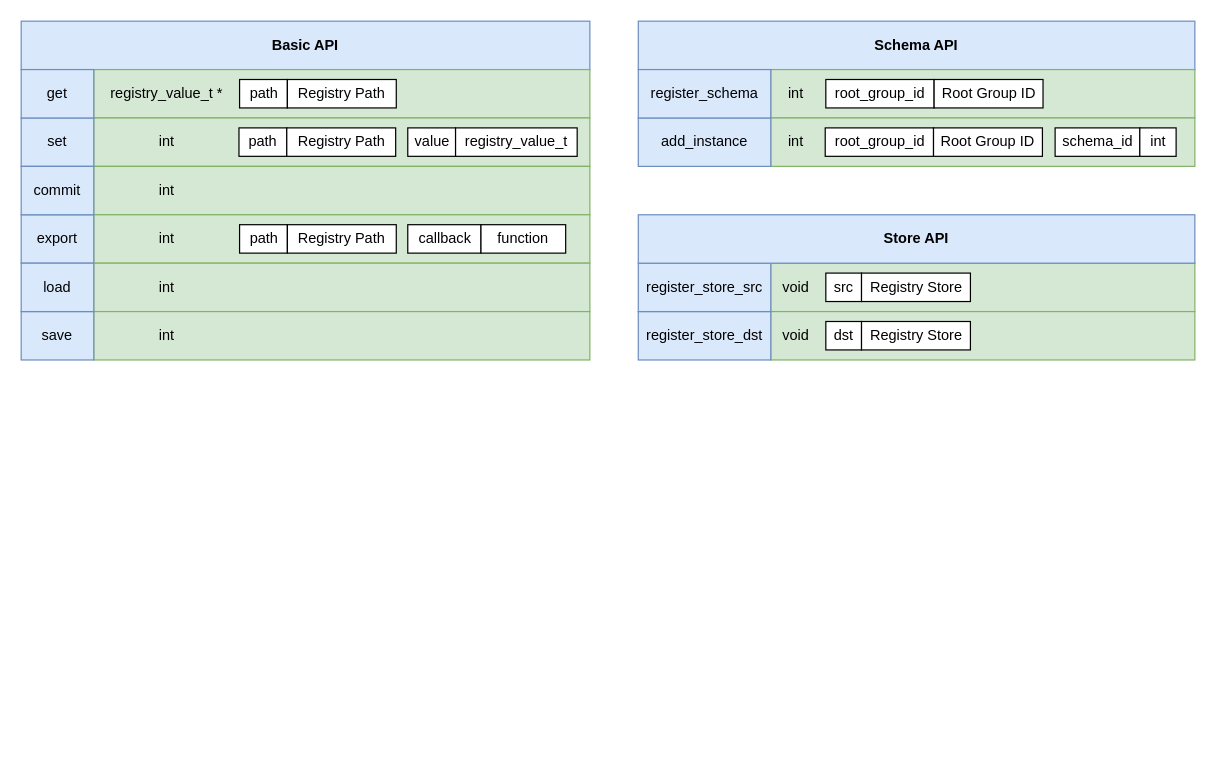
Above: doc/drawio/api_structure.drawio in LasseRosenow/riot-runtime-config (draw.io), before the change. Source tidied: cells renumbered, new cells numbered last; positions are measured from the earlier drawing's top-left corner, leaving out a move shared by most shapes. Both pictures are drawn from the tidied source at 121%, with x=0, y=0 at pixel (21, 21).
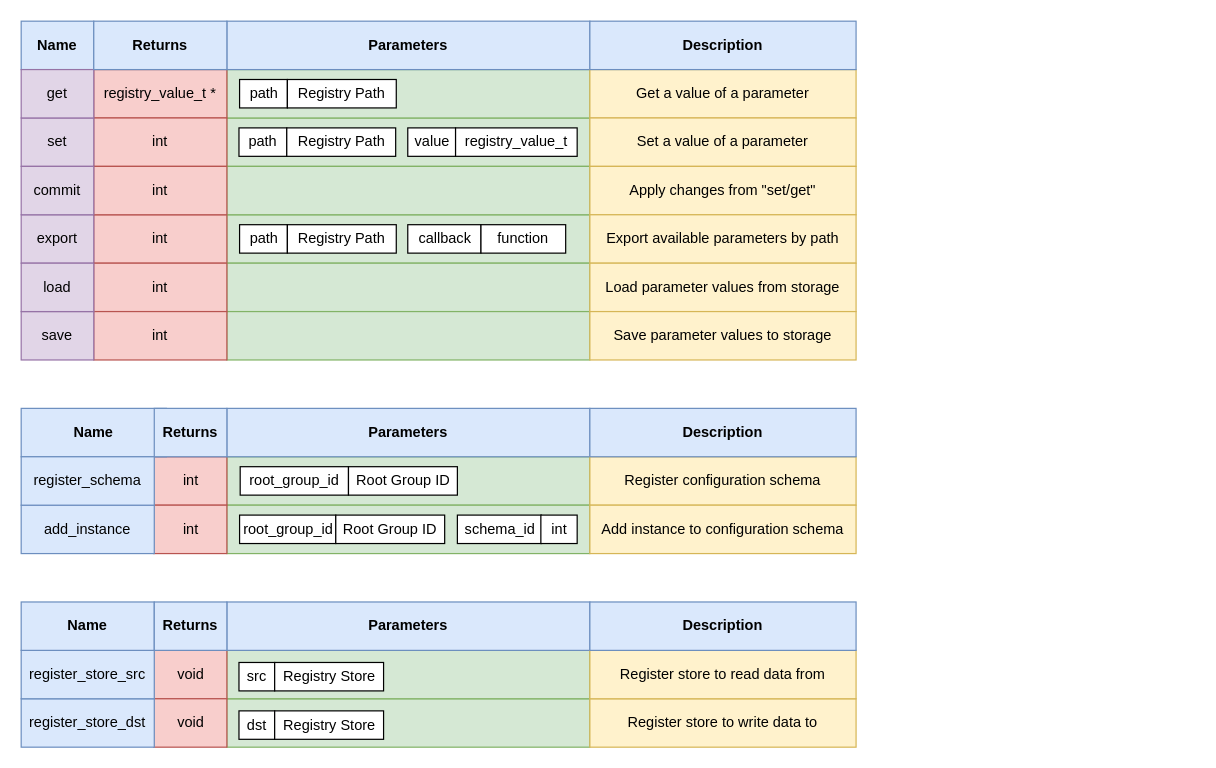
After the change.

The edit, as a diff of the source:
```diff
@@
+    <mxCell id="55" style="rounded=0;whiteSpace=wrap;html=1;fillColor=#d5e8d4;strokeColor=#82b366;" parent="1" vertex="1">
+      <mxGeometry x="170" y="360" width="300" height="40" as="geometry" />
+    </mxCell>
+    <mxCell id="56" style="rounded=0;whiteSpace=wrap;html=1;fillColor=#d5e8d4;strokeColor=#82b366;" parent="1" vertex="1">
+      <mxGeometry x="170" y="400" width="300" height="40" as="geometry" />
+    </mxCell>
+    <mxCell id="57" style="rounded=0;whiteSpace=wrap;html=1;fillColor=#d5e8d4;strokeColor=#82b366;" parent="1" vertex="1">
+      <mxGeometry x="170" y="560" width="300" height="40" as="geometry" />
+    </mxCell>
+    <mxCell id="58" style="rounded=0;whiteSpace=wrap;html=1;fillColor=#d5e8d4;strokeColor=#82b366;" parent="1" vertex="1">
+      <mxGeometry x="170" y="520" width="300" height="40" as="geometry" />
+    </mxCell>
+    <mxCell id="59" style="rounded=0;whiteSpace=wrap;html=1;fillColor=#d5e8d4;strokeColor=#82b366;" parent="1" vertex="1">
+      <mxGeometry x="170" y="160" width="300" height="40" as="geometry" />
+    </mxCell>
+    <mxCell id="60" style="rounded=0;whiteSpace=wrap;html=1;fillColor=#d5e8d4;strokeColor=#82b366;" parent="1" vertex="1">
+      <mxGeometry x="170" y="80" width="300" height="40" as="geometry" />
+    </mxCell>
+    <mxCell id="61" style="rounded=0;whiteSpace=wrap;html=1;fillColor=#d5e8d4;strokeColor=#82b366;" parent="1" vertex="1">
+      <mxGeometry x="170" y="40" width="300" height="40" as="geometry" />
+    </mxCell>
-    <mxCell id="2" value="&lt;b&gt;Basic API&lt;/b&gt;" style="rounded=0;whiteSpace=wrap;html=1;align=center;fillColor=#dae8fc;strokeColor=#6c8ebf;" parent="1" vertex="1">
-      <mxGeometry width="470" height="40" as="geometry" />
+    <mxCell id="2" value="&lt;b&gt;Name&lt;/b&gt;" style="rounded=0;whiteSpace=wrap;html=1;align=center;fillColor=#dae8fc;strokeColor=#6c8ebf;" parent="1" vertex="1">
+      <mxGeometry width="60" height="40" as="geometry" />
     </mxCell>
-    <mxCell id="3" style="rounded=0;whiteSpace=wrap;html=1;fillColor=#d5e8d4;strokeColor=#82b366;" parent="1" vertex="1">
-      <mxGeometry x="60" y="40" width="410" height="40" as="geometry" />
+    <mxCell id="3" value="registry_value_t *" style="rounded=0;whiteSpace=wrap;html=1;fillColor=#f8cecc;strokeColor=#b85450;" parent="1" vertex="1">
+      <mxGeometry x="60" y="40" width="110" height="40" as="geometry" />
     </mxCell>
-    <mxCell id="4" style="rounded=0;whiteSpace=wrap;html=1;fillColor=#d5e8d4;strokeColor=#82b366;" parent="1" vertex="1">
-      <mxGeometry x="60" y="80" width="410" height="40" as="geometry" />
+    <mxCell id="4" value="int" style="rounded=0;whiteSpace=wrap;html=1;fillColor=#f8cecc;strokeColor=#b85450;" parent="1" vertex="1">
+      <mxGeometry x="60" y="80" width="110" height="40" as="geometry" />
     </mxCell>
-    <mxCell id="5" value="&lt;font style=&quot;font-size: 12px&quot;&gt;registry_value_t *&lt;br&gt;&lt;/font&gt;" style="text;html=1;align=center;verticalAlign=middle;strokeColor=none;fillColor=none;fontSize=6;" parent="1" vertex="1">
-      <mxGeometry x="65" y="55" width="110" height="10" as="geometry" />
-    </mxCell>
-    <mxCell id="6" value="&lt;font style=&quot;font-size: 12px&quot;&gt;int&lt;br&gt;&lt;/font&gt;" style="text;html=1;align=center;verticalAlign=middle;strokeColor=none;fillColor=none;fontSize=6;" parent="1" vertex="1">
-      <mxGeometry x="105" y="95" width="30" height="10" as="geometry" />
-    </mxCell>
@@
-    <mxCell id="9" value="set" style="rounded=0;whiteSpace=wrap;html=1;fillColor=#dae8fc;strokeColor=#6c8ebf;" parent="1" vertex="1">
+    <mxCell id="9" value="set" style="rounded=0;whiteSpace=wrap;html=1;fillColor=#e1d5e7;strokeColor=#9673a6;" parent="1" vertex="1">
       <mxGeometry y="80" width="60" height="40" as="geometry" />
     </mxCell>
-    <mxCell id="10" value="get" style="rounded=0;whiteSpace=wrap;html=1;fillColor=#dae8fc;strokeColor=#6c8ebf;" parent="1" vertex="1">
+    <mxCell id="10" value="get" style="rounded=0;whiteSpace=wrap;html=1;fillColor=#e1d5e7;strokeColor=#9673a6;" parent="1" vertex="1">
       <mxGeometry y="40" width="60" height="40" as="geometry" />
     </mxCell>
-    <mxCell id="11" style="rounded=0;whiteSpace=wrap;html=1;fillColor=#d5e8d4;strokeColor=#82b366;" parent="1" vertex="1">
-      <mxGeometry x="60" y="120" width="410" height="40" as="geometry" />
-    </mxCell>
-    <mxCell id="12" style="rounded=0;whiteSpace=wrap;html=1;fillColor=#d5e8d4;strokeColor=#82b366;" parent="1" vertex="1">
-      <mxGeometry x="60" y="160" width="410" height="40" as="geometry" />
+    <mxCell id="12" value="int" style="rounded=0;whiteSpace=wrap;html=1;fillColor=#f8cecc;strokeColor=#b85450;" parent="1" vertex="1">
+      <mxGeometry x="60" y="160" width="110" height="40" as="geometry" />
     </mxCell>
-    <mxCell id="13" value="&lt;font style=&quot;font-size: 12px&quot;&gt;int&lt;br&gt;&lt;/font&gt;" style="text;html=1;align=center;verticalAlign=middle;strokeColor=none;fillColor=none;fontSize=6;" parent="1" vertex="1">
-      <mxGeometry x="105" y="135" width="30" height="10" as="geometry" />
-    </mxCell>
-    <mxCell id="14" value="&lt;font style=&quot;font-size: 12px&quot;&gt;int&lt;br&gt;&lt;/font&gt;" style="text;html=1;align=center;verticalAlign=middle;strokeColor=none;fillColor=none;fontSize=6;" parent="1" vertex="1">
-      <mxGeometry x="105" y="175" width="30" height="10" as="geometry" />
-    </mxCell>
-    <mxCell id="15" value="export" style="rounded=0;whiteSpace=wrap;html=1;fillColor=#dae8fc;strokeColor=#6c8ebf;" parent="1" vertex="1">
+    <mxCell id="15" value="export" style="rounded=0;whiteSpace=wrap;html=1;fillColor=#e1d5e7;strokeColor=#9673a6;" parent="1" vertex="1">
       <mxGeometry y="160" width="60" height="40" as="geometry" />
     </mxCell>
-    <mxCell id="16" value="commit" style="rounded=0;whiteSpace=wrap;html=1;fillColor=#dae8fc;strokeColor=#6c8ebf;" parent="1" vertex="1">
-      <mxGeometry y="120" width="60" height="40" as="geometry" />
-    </mxCell>
-    <mxCell id="17" style="rounded=0;whiteSpace=wrap;html=1;fillColor=#d5e8d4;strokeColor=#82b366;" parent="1" vertex="1">
-      <mxGeometry x="60" y="200" width="410" height="40" as="geometry" />
-    </mxCell>
-    <mxCell id="18" style="rounded=0;whiteSpace=wrap;html=1;fillColor=#d5e8d4;strokeColor=#82b366;" parent="1" vertex="1">
-      <mxGeometry x="60" y="240" width="410" height="40" as="geometry" />
-    </mxCell>
-    <mxCell id="19" value="&lt;font style=&quot;font-size: 12px&quot;&gt;int&lt;br&gt;&lt;/font&gt;" style="text;html=1;align=center;verticalAlign=middle;strokeColor=none;fillColor=none;fontSize=6;" parent="1" vertex="1">
-      <mxGeometry x="105" y="215" width="30" height="10" as="geometry" />
-    </mxCell>
-    <mxCell id="20" value="&lt;font style=&quot;font-size: 12px&quot;&gt;int&lt;br&gt;&lt;/font&gt;" style="text;html=1;align=center;verticalAlign=middle;strokeColor=none;fillColor=none;fontSize=6;" parent="1" vertex="1">
-      <mxGeometry x="105" y="255" width="30" height="10" as="geometry" />
-    </mxCell>
-    <mxCell id="21" value="save" style="rounded=0;whiteSpace=wrap;html=1;fillColor=#dae8fc;strokeColor=#6c8ebf;" parent="1" vertex="1">
-      <mxGeometry y="240" width="60" height="40" as="geometry" />
-    </mxCell>
-    <mxCell id="22" value="load" style="rounded=0;whiteSpace=wrap;html=1;fillColor=#dae8fc;strokeColor=#6c8ebf;" parent="1" vertex="1">
-      <mxGeometry y="200" width="60" height="40" as="geometry" />
-    </mxCell>
@@
-    <mxCell id="31" value="&lt;b&gt;Schema API&lt;/b&gt;" style="rounded=0;whiteSpace=wrap;html=1;align=center;fillColor=#dae8fc;strokeColor=#6c8ebf;" parent="1" vertex="1">
-      <mxGeometry x="510" width="460" height="40" as="geometry" />
-    </mxCell>
-    <mxCell id="32" style="rounded=0;whiteSpace=wrap;html=1;fillColor=#d5e8d4;strokeColor=#82b366;" parent="1" vertex="1">
-      <mxGeometry x="619.5" y="40" width="350.5" height="40" as="geometry" />
+    <mxCell id="32" value="int" style="rounded=0;whiteSpace=wrap;html=1;fillColor=#f8cecc;strokeColor=#b85450;" parent="1" vertex="1">
+      <mxGeometry x="109.5" y="360" width="60.5" height="40" as="geometry" />
     </mxCell>
-    <mxCell id="33" style="rounded=0;whiteSpace=wrap;html=1;fillColor=#d5e8d4;strokeColor=#82b366;" parent="1" vertex="1">
-      <mxGeometry x="619.5" y="80" width="350.5" height="40" as="geometry" />
+    <mxCell id="33" value="int" style="rounded=0;whiteSpace=wrap;html=1;fillColor=#f8cecc;strokeColor=#b85450;" parent="1" vertex="1">
+      <mxGeometry x="109.5" y="400" width="60.5" height="40" as="geometry" />
     </mxCell>
-    <mxCell id="34" value="&lt;font style=&quot;font-size: 12px&quot;&gt;int&lt;br&gt;&lt;/font&gt;" style="text;html=1;align=center;verticalAlign=middle;strokeColor=none;fillColor=none;fontSize=6;" parent="1" vertex="1">
-      <mxGeometry x="624.5" y="55" width="30" height="10" as="geometry" />
-    </mxCell>
-    <mxCell id="35" value="&lt;font style=&quot;font-size: 12px&quot;&gt;int&lt;br&gt;&lt;/font&gt;" style="text;html=1;align=center;verticalAlign=middle;strokeColor=none;fillColor=none;fontSize=6;" parent="1" vertex="1">
-      <mxGeometry x="624.5" y="95" width="30" height="10" as="geometry" />
-    </mxCell>
     <mxCell id="36" value="root_group_id" style="rounded=0;whiteSpace=wrap;html=1;" parent="1" vertex="1">
-      <mxGeometry x="665" y="48.2" width="89.5" height="23.5" as="geometry" />
+      <mxGeometry x="181" y="368.2" width="89.5" height="23.5" as="geometry" />
     </mxCell>
     <mxCell id="37" value="Root Group ID" style="rounded=0;whiteSpace=wrap;html=1;" parent="1" vertex="1">
-      <mxGeometry x="754.5" y="48.2" width="90" height="23.5" as="geometry" />
+      <mxGeometry x="270.5" y="368.2" width="90" height="23.5" as="geometry" />
     </mxCell>
-    <mxCell id="38" value="add_instance" style="rounded=0;whiteSpace=wrap;html=1;fillColor=#dae8fc;strokeColor=#6c8ebf;" parent="1" vertex="1">
-      <mxGeometry x="510" y="80" width="109.5" height="40" as="geometry" />
-    </mxCell>
-    <mxCell id="39" value="register_schema" style="rounded=0;whiteSpace=wrap;html=1;fillColor=#dae8fc;strokeColor=#6c8ebf;" parent="1" vertex="1">
-      <mxGeometry x="510" y="40" width="109.5" height="40" as="geometry" />
-    </mxCell>
-    <mxCell id="40" style="rounded=0;whiteSpace=wrap;html=1;fillColor=#d5e8d4;strokeColor=#82b366;" parent="1" vertex="1">
-      <mxGeometry x="619.5" y="200" width="350.5" height="40" as="geometry" />
+    <mxCell id="40" value="void" style="rounded=0;whiteSpace=wrap;html=1;fillColor=#f8cecc;strokeColor=#b85450;" parent="1" vertex="1">
+      <mxGeometry x="109.5" y="520" width="60.5" height="40" as="geometry" />
     </mxCell>
-    <mxCell id="41" style="rounded=0;whiteSpace=wrap;html=1;fillColor=#d5e8d4;strokeColor=#82b366;" parent="1" vertex="1">
-      <mxGeometry x="619.5" y="240" width="350.5" height="40" as="geometry" />
+    <mxCell id="41" value="void" style="rounded=0;whiteSpace=wrap;html=1;fillColor=#f8cecc;strokeColor=#b85450;" parent="1" vertex="1">
+      <mxGeometry x="109.5" y="560" width="60.5" height="40" as="geometry" />
     </mxCell>
-    <mxCell id="42" value="&lt;font style=&quot;font-size: 12px&quot;&gt;void&lt;br&gt;&lt;/font&gt;" style="text;html=1;align=center;verticalAlign=middle;strokeColor=none;fillColor=none;fontSize=6;" parent="1" vertex="1">
-      <mxGeometry x="619.5" y="215" width="40" height="10" as="geometry" />
-    </mxCell>
-    <mxCell id="43" value="&lt;font style=&quot;font-size: 12px&quot;&gt;void&lt;br&gt;&lt;/font&gt;" style="text;html=1;align=center;verticalAlign=middle;strokeColor=none;fillColor=none;fontSize=6;" parent="1" vertex="1">
-      <mxGeometry x="619.5" y="255" width="40" height="10" as="geometry" />
-    </mxCell>
     <mxCell id="44" value="src" style="rounded=0;whiteSpace=wrap;html=1;" parent="1" vertex="1">
-      <mxGeometry x="665" y="208.2" width="29.5" height="23.5" as="geometry" />
+      <mxGeometry x="180" y="530" width="29.5" height="23.5" as="geometry" />
     </mxCell>
     <mxCell id="45" value="Registry Store" style="rounded=0;whiteSpace=wrap;html=1;" parent="1" vertex="1">
-      <mxGeometry x="694.5" y="208.2" width="90" height="23.5" as="geometry" />
+      <mxGeometry x="209.5" y="530" width="90" height="23.5" as="geometry" />
     </mxCell>
     <mxCell id="46" value="register_store_dst" style="rounded=0;whiteSpace=wrap;html=1;fillColor=#dae8fc;strokeColor=#6c8ebf;" parent="1" vertex="1">
-      <mxGeometry x="510" y="240" width="109.5" height="40" as="geometry" />
+      <mxGeometry y="560" width="110" height="40" as="geometry" />
     </mxCell>
     <mxCell id="47" value="register_store_src" style="rounded=0;whiteSpace=wrap;html=1;fillColor=#dae8fc;strokeColor=#6c8ebf;" parent="1" vertex="1">
-      <mxGeometry x="510" y="200" width="109.5" height="40" as="geometry" />
+      <mxGeometry y="520" width="110" height="40" as="geometry" />
     </mxCell>
     <mxCell id="48" value="root_group_id" style="rounded=0;whiteSpace=wrap;html=1;" parent="1" vertex="1">
-      <mxGeometry x="664.5" y="88.2" width="89.5" height="23.5" as="geometry" />
+      <mxGeometry x="180.5" y="408.2" width="79.5" height="23.5" as="geometry" />
     </mxCell>
     <mxCell id="49" value="Root Group ID" style="rounded=0;whiteSpace=wrap;html=1;" parent="1" vertex="1">
-      <mxGeometry x="754" y="88.2" width="90" height="23.5" as="geometry" />
+      <mxGeometry x="260" y="408.2" width="90" height="23.5" as="geometry" />
     </mxCell>
     <mxCell id="50" value="schema_id" style="rounded=0;whiteSpace=wrap;html=1;" parent="1" vertex="1">
-      <mxGeometry x="854.5" y="88.2" width="70" height="23.5" as="geometry" />
+      <mxGeometry x="360.5" y="408.2" width="69.5" height="23.5" as="geometry" />
     </mxCell>
     <mxCell id="51" value="int" style="rounded=0;whiteSpace=wrap;html=1;" parent="1" vertex="1">
-      <mxGeometry x="924.5" y="88.2" width="30" height="23.5" as="geometry" />
+      <mxGeometry x="429.5" y="408.2" width="30" height="23.5" as="geometry" />
     </mxCell>
     <mxCell id="52" value="dst" style="rounded=0;whiteSpace=wrap;html=1;" parent="1" vertex="1">
-      <mxGeometry x="665" y="248.2" width="29.5" height="23.5" as="geometry" />
+      <mxGeometry x="180" y="570" width="29.5" height="23.5" as="geometry" />
     </mxCell>
     <mxCell id="53" value="Registry Store" style="rounded=0;whiteSpace=wrap;html=1;" parent="1" vertex="1">
-      <mxGeometry x="694.5" y="248.2" width="90" height="23.5" as="geometry" />
+      <mxGeometry x="209.5" y="570" width="90" height="23.5" as="geometry" />
     </mxCell>
-    <mxCell id="54" value="&lt;b&gt;Store API&lt;/b&gt;" style="rounded=0;whiteSpace=wrap;html=1;align=center;fillColor=#dae8fc;strokeColor=#6c8ebf;" parent="1" vertex="1">
-      <mxGeometry x="510" y="160" width="460" height="40" as="geometry" />
-    </mxCell>
+    <mxCell id="62" value="&lt;b&gt;Parameters&lt;/b&gt;" style="rounded=0;whiteSpace=wrap;html=1;align=center;fillColor=#dae8fc;strokeColor=#6c8ebf;" parent="1" vertex="1">
+      <mxGeometry x="170" width="300" height="40" as="geometry" />
+    </mxCell>
+    <mxCell id="63" value="&lt;b&gt;Returns&lt;/b&gt;" style="rounded=0;whiteSpace=wrap;html=1;align=center;fillColor=#dae8fc;strokeColor=#6c8ebf;" parent="1" vertex="1">
+      <mxGeometry x="60" width="110" height="40" as="geometry" />
+    </mxCell>
+    <mxCell id="64" style="rounded=0;whiteSpace=wrap;html=1;fillColor=#d5e8d4;strokeColor=#82b366;" parent="1" vertex="1">
+      <mxGeometry x="170" y="120" width="300" height="40" as="geometry" />
+    </mxCell>
+    <mxCell id="65" style="rounded=0;whiteSpace=wrap;html=1;fillColor=#d5e8d4;strokeColor=#82b366;" parent="1" vertex="1">
+      <mxGeometry x="170" y="200" width="300" height="40" as="geometry" />
+    </mxCell>
+    <mxCell id="66" style="rounded=0;whiteSpace=wrap;html=1;fillColor=#d5e8d4;strokeColor=#82b366;" parent="1" vertex="1">
+      <mxGeometry x="170" y="240" width="300" height="40" as="geometry" />
+    </mxCell>
+    <mxCell id="67" value="Get a value of a parameter" style="rounded=0;whiteSpace=wrap;html=1;fillColor=#fff2cc;strokeColor=#d6b656;" parent="1" vertex="1">
+      <mxGeometry x="470" y="40" width="220" height="40" as="geometry" />
+    </mxCell>
+    <mxCell id="68" value="Set a value of a parameter" style="rounded=0;whiteSpace=wrap;html=1;fillColor=#fff2cc;strokeColor=#d6b656;" parent="1" vertex="1">
+      <mxGeometry x="470" y="80" width="220" height="40" as="geometry" />
+    </mxCell>
+    <mxCell id="69" value="Apply changes from &quot;set/get&quot;" style="rounded=0;whiteSpace=wrap;html=1;fillColor=#fff2cc;strokeColor=#d6b656;" parent="1" vertex="1">
+      <mxGeometry x="470" y="120" width="220" height="40" as="geometry" />
+    </mxCell>
+    <mxCell id="70" value="Export available parameters by path" style="rounded=0;whiteSpace=wrap;html=1;fillColor=#fff2cc;strokeColor=#d6b656;" parent="1" vertex="1">
+      <mxGeometry x="470" y="160" width="220" height="40" as="geometry" />
+    </mxCell>
+    <mxCell id="71" value="Load parameter values from storage" style="rounded=0;whiteSpace=wrap;html=1;fillColor=#fff2cc;strokeColor=#d6b656;" parent="1" vertex="1">
+      <mxGeometry x="470" y="200" width="220" height="40" as="geometry" />
+    </mxCell>
+    <mxCell id="72" value="Save parameter values to storage" style="rounded=0;whiteSpace=wrap;html=1;fillColor=#fff2cc;strokeColor=#d6b656;" parent="1" vertex="1">
+      <mxGeometry x="470" y="240" width="220" height="40" as="geometry" />
+    </mxCell>
+    <mxCell id="73" value="&lt;b&gt;Name&lt;/b&gt;" style="rounded=0;whiteSpace=wrap;html=1;align=center;fillColor=#dae8fc;strokeColor=#6c8ebf;" parent="1" vertex="1">
+      <mxGeometry y="320" width="120" height="40" as="geometry" />
+    </mxCell>
+    <mxCell id="74" value="&lt;b&gt;Parameters&lt;/b&gt;" style="rounded=0;whiteSpace=wrap;html=1;align=center;fillColor=#dae8fc;strokeColor=#6c8ebf;" parent="1" vertex="1">
+      <mxGeometry x="170" y="320" width="300" height="40" as="geometry" />
+    </mxCell>
+    <mxCell id="75" value="&lt;b&gt;Returns&lt;/b&gt;" style="rounded=0;whiteSpace=wrap;html=1;align=center;fillColor=#dae8fc;strokeColor=#6c8ebf;" parent="1" vertex="1">
+      <mxGeometry x="110" y="320" width="60" height="40" as="geometry" />
+    </mxCell>
+    <mxCell id="76" value="&lt;b&gt;Name&lt;/b&gt;" style="rounded=0;whiteSpace=wrap;html=1;align=center;fillColor=#dae8fc;strokeColor=#6c8ebf;" parent="1" vertex="1">
+      <mxGeometry y="480" width="110" height="40" as="geometry" />
+    </mxCell>
+    <mxCell id="77" value="&lt;b&gt;Parameters&lt;/b&gt;" style="rounded=0;whiteSpace=wrap;html=1;align=center;fillColor=#dae8fc;strokeColor=#6c8ebf;" parent="1" vertex="1">
+      <mxGeometry x="170" y="480" width="300" height="40" as="geometry" />
+    </mxCell>
+    <mxCell id="78" value="&lt;b&gt;Returns&lt;/b&gt;" style="rounded=0;whiteSpace=wrap;html=1;align=center;fillColor=#dae8fc;strokeColor=#6c8ebf;" parent="1" vertex="1">
+      <mxGeometry x="110" y="480" width="60" height="40" as="geometry" />
+    </mxCell>
+    <mxCell id="38" value="add_instance" style="rounded=0;whiteSpace=wrap;html=1;fillColor=#dae8fc;strokeColor=#6c8ebf;" parent="1" vertex="1">
+      <mxGeometry y="400" width="110" height="40" as="geometry" />
+    </mxCell>
+    <mxCell id="39" value="register_schema" style="rounded=0;whiteSpace=wrap;html=1;fillColor=#dae8fc;strokeColor=#6c8ebf;" parent="1" vertex="1">
+      <mxGeometry y="360" width="110" height="40" as="geometry" />
+    </mxCell>
+    <mxCell id="11" value="int" style="rounded=0;whiteSpace=wrap;html=1;fillColor=#f8cecc;strokeColor=#b85450;" parent="1" vertex="1">
+      <mxGeometry x="60" y="120" width="110" height="40" as="geometry" />
+    </mxCell>
+    <mxCell id="16" value="commit" style="rounded=0;whiteSpace=wrap;html=1;fillColor=#e1d5e7;strokeColor=#9673a6;" parent="1" vertex="1">
+      <mxGeometry y="120" width="60" height="40" as="geometry" />
+    </mxCell>
+    <mxCell id="79" value="Register configuration schema" style="rounded=0;whiteSpace=wrap;html=1;fillColor=#fff2cc;strokeColor=#d6b656;" parent="1" vertex="1">
+      <mxGeometry x="470" y="360" width="220" height="40" as="geometry" />
+    </mxCell>
+    <mxCell id="80" value="Add instance to configuration schema" style="rounded=0;whiteSpace=wrap;html=1;fillColor=#fff2cc;strokeColor=#d6b656;" parent="1" vertex="1">
+      <mxGeometry x="470" y="400" width="220" height="40" as="geometry" />
+    </mxCell>
+    <mxCell id="81" value="Register store to write data to" style="rounded=0;whiteSpace=wrap;html=1;fillColor=#fff2cc;strokeColor=#d6b656;" parent="1" vertex="1">
+      <mxGeometry x="470" y="560" width="220" height="40" as="geometry" />
+    </mxCell>
+    <mxCell id="82" value="Register store to read data from" style="rounded=0;whiteSpace=wrap;html=1;fillColor=#fff2cc;strokeColor=#d6b656;" parent="1" vertex="1">
+      <mxGeometry x="470" y="520" width="220" height="40" as="geometry" />
+    </mxCell>
+    <mxCell id="17" value="int" style="rounded=0;whiteSpace=wrap;html=1;fillColor=#f8cecc;strokeColor=#b85450;" parent="1" vertex="1">
+      <mxGeometry x="60" y="200" width="110" height="40" as="geometry" />
+    </mxCell>
+    <mxCell id="18" value="int" style="rounded=0;whiteSpace=wrap;html=1;fillColor=#f8cecc;strokeColor=#b85450;" parent="1" vertex="1">
+      <mxGeometry x="60" y="240" width="110" height="40" as="geometry" />
+    </mxCell>
+    <mxCell id="21" value="save" style="rounded=0;whiteSpace=wrap;html=1;fillColor=#e1d5e7;strokeColor=#9673a6;" parent="1" vertex="1">
+      <mxGeometry y="240" width="60" height="40" as="geometry" />
+    </mxCell>
+    <mxCell id="22" value="load" style="rounded=0;whiteSpace=wrap;html=1;fillColor=#e1d5e7;strokeColor=#9673a6;" parent="1" vertex="1">
+      <mxGeometry y="200" width="60" height="40" as="geometry" />
+    </mxCell>
+    <mxCell id="83" value="&lt;b&gt;Description&lt;/b&gt;" style="rounded=0;whiteSpace=wrap;html=1;align=center;fillColor=#dae8fc;strokeColor=#6c8ebf;" parent="1" vertex="1">
+      <mxGeometry x="470" y="320" width="220" height="40" as="geometry" />
+    </mxCell>
+    <mxCell id="84" value="&lt;b&gt;Description&lt;/b&gt;" style="rounded=0;whiteSpace=wrap;html=1;align=center;fillColor=#dae8fc;strokeColor=#6c8ebf;" parent="1" vertex="1">
+      <mxGeometry x="470" y="480" width="220" height="40" as="geometry" />
+    </mxCell>
+    <mxCell id="85" value="&lt;b&gt;Description&lt;/b&gt;" style="rounded=0;whiteSpace=wrap;html=1;align=center;fillColor=#dae8fc;strokeColor=#6c8ebf;" parent="1" vertex="1">
+      <mxGeometry x="470" width="220" height="40" as="geometry" />
+    </mxCell>
```
